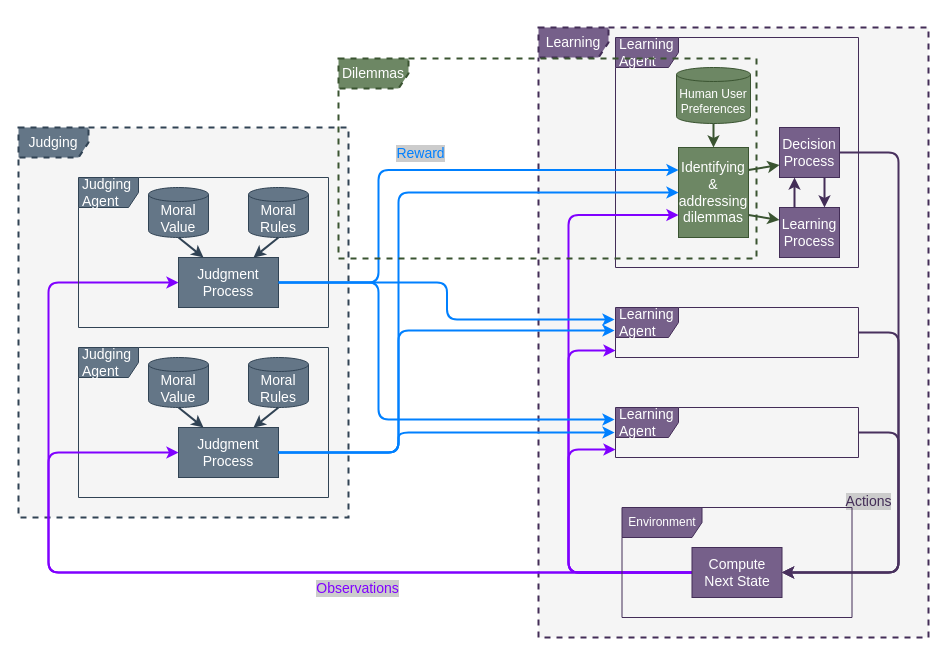
The draw.io diagram page "V2" (1 of 2) of figure/conceptual_architecture.drawio in rchaput/phdthesis, before the edit. Source tidied: cells renumbered, new cells numbered last; positions are measured from the earlier drawing's top-left corner, leaving out a move shared by most shapes. Both pictures are drawn from the tidied source at 100%, with x=0, y=0 at pixel (18, 27).
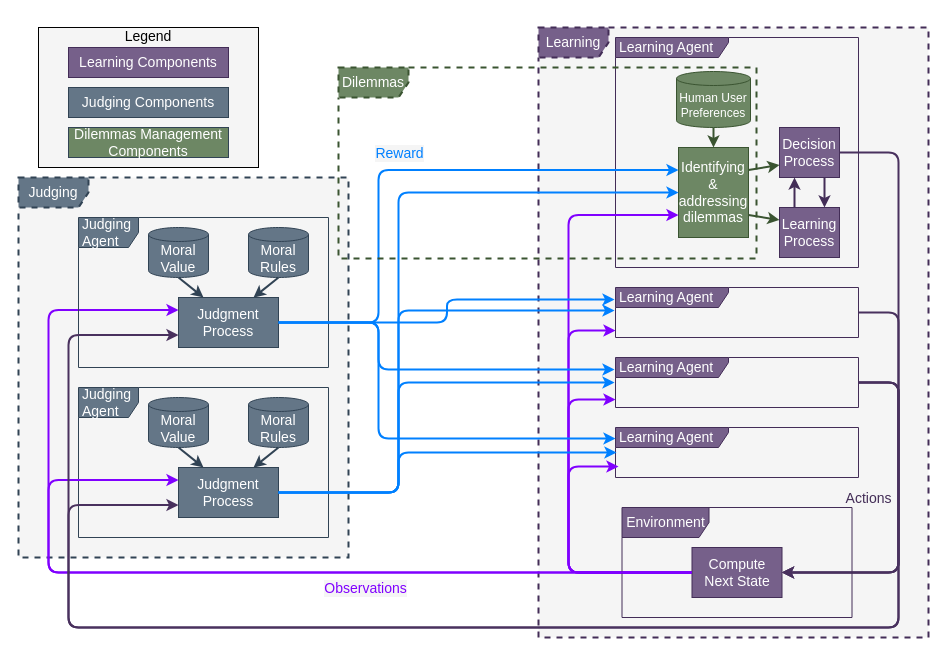
After the change.

Unchanged cells that the change refers to:
```xml
<mxCell id="4" style="group;fontSize=14;" parent="1" vertex="1">
  <mxGeometry x="597" y="10" width="243" height="230" as="geometry" />
</mxCell>
<mxCell id="6" value="Decision Process" style="rounded=0;whiteSpace=wrap;html=1;fillColor=#76608a;fontColor=#ffffff;strokeColor=#432D57;fontSize=14;" parent="4" vertex="1">
  <mxGeometry x="164" y="90" width="60" height="50" as="geometry" />
</mxCell>
<mxCell id="10" value="Identifying&lt;br&gt;&amp;amp;&lt;br&gt;addressing dilemmas" style="rounded=0;whiteSpace=wrap;html=1;fillColor=#6d8764;fontColor=#ffffff;strokeColor=#3A5431;fontSize=14;" parent="4" vertex="1">
  <mxGeometry x="63" y="110" width="70" height="90" as="geometry" />
</mxCell>
<mxCell id="25" value="Judgment&lt;br&gt;Process" style="rounded=0;whiteSpace=wrap;html=1;fontSize=14;fontColor=#ffffff;strokeWidth=1;align=center;fillColor=#647687;strokeColor=#314354;" parent="21" vertex="1">
  <mxGeometry x="100" y="80" width="100" height="50" as="geometry" />
</mxCell>
<mxCell id="32" value="Judgment&lt;br&gt;Process" style="rounded=0;whiteSpace=wrap;html=1;fontSize=14;fontColor=#ffffff;strokeWidth=1;align=center;fillColor=#647687;strokeColor=#314354;" parent="28" vertex="1">
  <mxGeometry x="100" y="80" width="100" height="50" as="geometry" />
</mxCell>
<mxCell id="47" style="group;" parent="1" vertex="1">
  <mxGeometry x="603.5" y="480" width="230" height="110" as="geometry" />
</mxCell>
<mxCell id="49" value="Compute Next State" style="rounded=0;whiteSpace=wrap;html=1;fillColor=#76608a;fontColor=#ffffff;strokeColor=#432D57;fontSize=14;" parent="47" vertex="1">
  <mxGeometry x="70" y="40" width="90" height="50" as="geometry" />
</mxCell>
```

What changed in the source:
```diff
@@
     <mxCell id="2" value="Judging" style="shape=umlFrame;whiteSpace=wrap;html=1;width=70;height=30;fillColor=#647687;fontColor=#ffffff;strokeColor=#314354;dashed=1;strokeWidth=2;fontSize=14;swimlaneFillColor=#F5F5F5;" parent="1" vertex="1">
-      <mxGeometry y="100" width="330" height="390" as="geometry" />
+      <mxGeometry y="150" width="330" height="380" as="geometry" />
     </mxCell>
@@
-    <mxCell id="5" value="Learning&lt;br style=&quot;font-size: 14px;&quot;&gt;Agent" style="shape=umlFrame;whiteSpace=wrap;html=1;width=63;height=30;fillColor=#76608a;fontColor=#ffffff;strokeColor=#432D57;strokeWidth=1;swimlaneFillColor=none;align=left;spacingLeft=2;fontSize=14;" parent="4" vertex="1">
+    <mxCell id="5" value="Learning Agent" style="shape=umlFrame;whiteSpace=wrap;html=1;width=113;height=20;fillColor=#76608a;fontColor=#ffffff;strokeColor=#432D57;strokeWidth=1;swimlaneFillColor=none;align=left;spacingLeft=2;fontSize=14;" parent="4" vertex="1">
       <mxGeometry width="243" height="230" as="geometry" />
     </mxCell>
@@
     <mxCell id="13" value="Human User Preferences" style="shape=cylinder3;whiteSpace=wrap;html=1;boundedLbl=1;backgroundOutline=1;size=7;strokeWidth=1;fillColor=#6d8764;fontColor=#ffffff;strokeColor=#3A5431;" parent="4" vertex="1">
-      <mxGeometry x="61" y="30" width="74" height="56" as="geometry" />
+      <mxGeometry x="61" y="34" width="74" height="56" as="geometry" />
     </mxCell>
@@
-    <mxCell id="15" value="Actions" style="endArrow=classic;html=1;rounded=1;fillColor=#76608a;strokeColor=#49315E;exitX=1;exitY=0.5;exitDx=0;exitDy=0;edgeStyle=orthogonalEdgeStyle;entryX=1;entryY=0.5;entryDx=0;entryDy=0;strokeWidth=2;fontSize=14;labelBackgroundColor=#CCCCCC;fontColor=#432D57;" parent="1" edge="1" source="6" target="49">
-      <mxGeometry x="0.37" y="-30" relative="1" as="geometry">
+    <mxCell id="15" value="Actions" style="endArrow=classic;html=1;rounded=1;fillColor=#76608a;strokeColor=#49315E;exitX=1;exitY=0.5;exitDx=0;exitDy=0;edgeStyle=orthogonalEdgeStyle;entryX=1;entryY=0.5;entryDx=0;entryDy=0;strokeWidth=2;fontSize=14;labelBackgroundColor=#F5F5F5;fontColor=#432D57;" parent="1" edge="1" source="6" target="49">
+      <mxGeometry x="0.36" y="-30" relative="1" as="geometry">
         <Array as="points">
           <mxPoint x="880" y="125" />
           <mxPoint x="880" y="545" />
         </Array>
       </mxGeometry>
     </mxCell>
     <mxCell id="16" style="edgeStyle=orthogonalEdgeStyle;rounded=1;jettySize=auto;html=1;exitX=1;exitY=0.5;exitDx=0;exitDy=0;entryX=0;entryY=0.25;entryDx=0;entryDy=0;labelBackgroundColor=#CCCCCC;fontSize=14;fontColor=#8000FF;strokeColor=#0080ff;strokeWidth=2;" parent="1" edge="1" source="25" target="10">
       <mxGeometry relative="1" as="geometry">
         <Array as="points">
-          <mxPoint x="360" y="255" />
+          <mxPoint x="360" y="295" />
           <mxPoint x="360" y="143" />
         </Array>
       </mxGeometry>
     </mxCell>
-    <mxCell id="17" value="Reward" style="edgeLabel;html=1;align=center;verticalAlign=middle;fontSize=14;fontColor=#0080FF;labelBackgroundColor=#CCCCCC;" parent="16" vertex="1">
+    <mxCell id="17" value="Reward" style="edgeLabel;html=1;align=center;verticalAlign=middle;fontSize=14;fontColor=#0080FF;labelBackgroundColor=#F5F5F5;" parent="16" vertex="1">
       <mxGeometry x="-0.01" y="-1" relative="1" as="geometry">
         <mxPoint y="-18" as="offset" />
       </mxGeometry>
     </mxCell>
-    <mxCell id="18" style="edgeStyle=orthogonalEdgeStyle;rounded=1;jettySize=auto;html=1;exitX=0;exitY=0.5;exitDx=0;exitDy=0;entryX=0;entryY=0.5;entryDx=0;entryDy=0;labelBackgroundColor=#CCCCCC;fontSize=14;fontColor=#432D57;strokeWidth=2;strokeColor=#8000ff;" parent="1" edge="1" source="49" target="25">
+    <mxCell id="18" style="edgeStyle=orthogonalEdgeStyle;rounded=1;jettySize=auto;html=1;exitX=0;exitY=0.5;exitDx=0;exitDy=0;entryX=0;entryY=0.25;entryDx=0;entryDy=0;labelBackgroundColor=#CCCCCC;fontSize=14;fontColor=#432D57;strokeWidth=2;strokeColor=#8000ff;" parent="1" edge="1" source="49" target="25">
       <mxGeometry relative="1" as="geometry">
         <Array as="points">
           <mxPoint x="30" y="545" />
-          <mxPoint x="30" y="255" />
+          <mxPoint x="30" y="283" />
         </Array>
       </mxGeometry>
     </mxCell>
-    <mxCell id="19" value="Observations" style="edgeLabel;html=1;align=center;verticalAlign=middle;fontSize=14;fontColor=#8000FF;labelBackgroundColor=#CCCCCC;" parent="18" vertex="1">
+    <mxCell id="19" value="Observations" style="edgeLabel;html=1;align=center;verticalAlign=middle;fontSize=14;fontColor=#8000FF;labelBackgroundColor=#F5F5F5;" parent="18" vertex="1">
       <mxGeometry x="-0.39" y="-2" relative="1" as="geometry">
         <mxPoint x="-11" y="17" as="offset" />
       </mxGeometry>
     </mxCell>
@@
     <mxCell id="21" style="group;" parent="1" vertex="1">
-      <mxGeometry x="60" y="150" width="250" height="150" as="geometry" />
+      <mxGeometry x="60" y="190" width="250" height="150" as="geometry" />
     </mxCell>
@@
     <mxCell id="28" style="group;" parent="1" vertex="1">
-      <mxGeometry x="60" y="320" width="250" height="150" as="geometry" />
+      <mxGeometry x="60" y="360" width="250" height="150" as="geometry" />
     </mxCell>
@@
-    <mxCell id="35" style="edgeStyle=orthogonalEdgeStyle;rounded=1;jettySize=auto;html=1;exitX=0;exitY=0.5;exitDx=0;exitDy=0;entryX=0;entryY=0.5;entryDx=0;entryDy=0;labelBackgroundColor=#CCCCCC;fontSize=14;fontColor=#8000FF;strokeColor=#8000FF;strokeWidth=2;" parent="1" edge="1" source="49" target="32">
+    <mxCell id="35" style="edgeStyle=orthogonalEdgeStyle;rounded=1;jettySize=auto;html=1;exitX=0;exitY=0.5;exitDx=0;exitDy=0;entryX=0;entryY=0.25;entryDx=0;entryDy=0;labelBackgroundColor=#CCCCCC;fontSize=14;fontColor=#8000FF;strokeColor=#8000FF;strokeWidth=2;" parent="1" edge="1" source="49" target="32">
       <mxGeometry relative="1" as="geometry">
         <Array as="points">
           <mxPoint x="30" y="545" />
-          <mxPoint x="30" y="425" />
+          <mxPoint x="30" y="453" />
         </Array>
       </mxGeometry>
     </mxCell>
     <mxCell id="36" style="edgeStyle=orthogonalEdgeStyle;rounded=1;jettySize=auto;html=1;exitX=1;exitY=0.5;exitDx=0;exitDy=0;entryX=0;entryY=0.5;entryDx=0;entryDy=0;labelBackgroundColor=#CCCCCC;fontSize=14;fontColor=#8000FF;strokeColor=#0080FF;strokeWidth=2;" parent="1" edge="1" source="32" target="10">
       <mxGeometry relative="1" as="geometry">
         <Array as="points">
-          <mxPoint x="380" y="425" />
+          <mxPoint x="380" y="465" />
           <mxPoint x="380" y="165" />
         </Array>
       </mxGeometry>
     </mxCell>
     <mxCell id="37" style="group;fontSize=14;" parent="1" vertex="1">
-      <mxGeometry x="597" y="280" width="243" height="50" as="geometry" />
+      <mxGeometry x="597" y="260" width="243" height="50" as="geometry" />
     </mxCell>
-    <mxCell id="38" value="Learning&lt;br style=&quot;font-size: 14px;&quot;&gt;Agent" style="shape=umlFrame;whiteSpace=wrap;html=1;width=63;height=30;fillColor=#76608a;fontColor=#ffffff;strokeColor=#432D57;strokeWidth=1;swimlaneFillColor=none;align=left;spacingLeft=2;fontSize=14;" parent="37" vertex="1">
+    <mxCell id="38" value="Learning Agent" style="shape=umlFrame;whiteSpace=wrap;html=1;width=113;height=20;fillColor=#76608a;fontColor=#ffffff;strokeColor=#432D57;strokeWidth=1;swimlaneFillColor=none;align=left;spacingLeft=2;fontSize=14;" parent="37" vertex="1">
       <mxGeometry width="243" height="50" as="geometry" />
     </mxCell>
     <mxCell id="39" style="group;fontSize=14;" parent="1" vertex="1">
-      <mxGeometry x="597" y="380" width="243" height="50" as="geometry" />
+      <mxGeometry x="597" y="330" width="243" height="50" as="geometry" />
     </mxCell>
-    <mxCell id="40" value="Learning&lt;br style=&quot;font-size: 14px;&quot;&gt;Agent" style="shape=umlFrame;whiteSpace=wrap;html=1;width=63;height=30;fillColor=#76608a;fontColor=#ffffff;strokeColor=#432D57;strokeWidth=1;swimlaneFillColor=none;align=left;spacingLeft=2;fontSize=14;" parent="39" vertex="1">
+    <mxCell id="40" value="Learning Agent" style="shape=umlFrame;whiteSpace=wrap;html=1;width=113;height=20;fillColor=#76608a;fontColor=#ffffff;strokeColor=#432D57;strokeWidth=1;swimlaneFillColor=none;align=left;spacingLeft=2;fontSize=14;" parent="39" vertex="1">
       <mxGeometry width="243" height="50" as="geometry" />
     </mxCell>
     <mxCell id="41" style="edgeStyle=orthogonalEdgeStyle;rounded=1;jettySize=auto;html=1;entryX=1;entryY=0.5;entryDx=0;entryDy=0;strokeColor=#49315E;strokeWidth=2;" parent="1" edge="1" source="38" target="49">
       <mxGeometry relative="1" as="geometry">
         <Array as="points">
-          <mxPoint x="880" y="305" />
+          <mxPoint x="880" y="285" />
           <mxPoint x="880" y="545" />
         </Array>
       </mxGeometry>
     </mxCell>
     <mxCell id="42" style="edgeStyle=orthogonalEdgeStyle;rounded=1;jettySize=auto;html=1;entryX=1;entryY=0.5;entryDx=0;entryDy=0;strokeColor=#49315E;strokeWidth=2;" parent="1" edge="1" source="40" target="49">
       <mxGeometry relative="1" as="geometry">
         <Array as="points">
-          <mxPoint x="880" y="405" />
+          <mxPoint x="880" y="355" />
           <mxPoint x="880" y="545" />
         </Array>
       </mxGeometry>
     </mxCell>
     <mxCell id="43" style="edgeStyle=orthogonalEdgeStyle;rounded=1;jettySize=auto;html=1;entryX=0;entryY=0.84;entryDx=0;entryDy=0;entryPerimeter=0;strokeColor=#8000FF;strokeWidth=2;" parent="1" edge="1" source="49" target="40">
       <mxGeometry relative="1" as="geometry">
         <Array as="points">
           <mxPoint x="550" y="545" />
-          <mxPoint x="550" y="422" />
+          <mxPoint x="550" y="372" />
         </Array>
       </mxGeometry>
     </mxCell>
     <mxCell id="44" style="edgeStyle=orthogonalEdgeStyle;rounded=1;jettySize=auto;html=1;entryX=0;entryY=0.86;entryDx=0;entryDy=0;entryPerimeter=0;strokeColor=#8000FF;strokeWidth=2;" parent="1" edge="1" source="49" target="38">
       <mxGeometry relative="1" as="geometry">
         <Array as="points">
           <mxPoint x="550" y="545" />
-          <mxPoint x="550" y="323" />
+          <mxPoint x="550" y="303" />
         </Array>
       </mxGeometry>
     </mxCell>
@@
     <mxCell id="46" style="edgeStyle=orthogonalEdgeStyle;rounded=1;jettySize=auto;html=1;strokeColor=#0080FF;strokeWidth=2;entryX=-0.004;entryY=0.46;entryDx=0;entryDy=0;entryPerimeter=0;" parent="1" edge="1" source="32" target="38">
       <mxGeometry relative="1" as="geometry">
         <Array as="points">
-          <mxPoint x="380" y="425" />
-          <mxPoint x="380" y="303" />
+          <mxPoint x="380" y="465" />
+          <mxPoint x="380" y="283" />
         </Array>
       </mxGeometry>
     </mxCell>
@@
-    <mxCell id="48" value="Environment" style="shape=umlFrame;whiteSpace=wrap;html=1;width=80;height=30;fillColor=#76608a;fontColor=#ffffff;strokeColor=#432D57;strokeWidth=1;swimlaneFillColor=none;" parent="47" vertex="1">
+    <mxCell id="48" value="Environment" style="shape=umlFrame;whiteSpace=wrap;html=1;width=87;height=30;fillColor=#76608a;fontColor=#ffffff;strokeColor=#432D57;strokeWidth=1;swimlaneFillColor=none;fontSize=14;" parent="47" vertex="1">
       <mxGeometry width="230" height="110" as="geometry" />
     </mxCell>
@@
     <mxCell id="50" style="edgeStyle=orthogonalEdgeStyle;rounded=1;jettySize=auto;html=1;entryX=-0.004;entryY=0.5;entryDx=0;entryDy=0;entryPerimeter=0;strokeColor=#0080FF;strokeWidth=2;" parent="1" edge="1" source="32" target="40">
       <mxGeometry relative="1" as="geometry">
         <Array as="points">
-          <mxPoint x="380" y="425" />
-          <mxPoint x="380" y="405" />
+          <mxPoint x="380" y="465" />
+          <mxPoint x="380" y="355" />
         </Array>
       </mxGeometry>
     </mxCell>
     <mxCell id="51" style="edgeStyle=orthogonalEdgeStyle;rounded=1;jettySize=auto;html=1;entryX=-0.004;entryY=0.24;entryDx=0;entryDy=0;entryPerimeter=0;strokeColor=#0080FF;strokeWidth=2;" parent="1" edge="1" source="25" target="40">
       <mxGeometry relative="1" as="geometry">
         <Array as="points">
-          <mxPoint x="360" y="255" />
-          <mxPoint x="360" y="392" />
+          <mxPoint x="360" y="295" />
+          <mxPoint x="360" y="342" />
         </Array>
       </mxGeometry>
     </mxCell>
+    <mxCell id="53" style="edgeStyle=orthogonalEdgeStyle;rounded=1;jettySize=auto;html=1;strokeWidth=2;strokeColor=#49315E;entryX=0;entryY=0.75;entryDx=0;entryDy=0;" parent="1" edge="1" source="40" target="32">
+      <mxGeometry relative="1" as="geometry">
+        <Array as="points">
+          <mxPoint x="880" y="355" />
+          <mxPoint x="880" y="600" />
+          <mxPoint x="50" y="600" />
+          <mxPoint x="50" y="478" />
+        </Array>
+      </mxGeometry>
+    </mxCell>
+    <mxCell id="54" style="edgeStyle=orthogonalEdgeStyle;rounded=1;jettySize=auto;html=1;entryX=0;entryY=0.75;entryDx=0;entryDy=0;strokeColor=#49315E;strokeWidth=2;" parent="1" edge="1" source="40" target="25">
+      <mxGeometry relative="1" as="geometry">
+        <Array as="points">
+          <mxPoint x="880" y="355" />
+          <mxPoint x="880" y="600" />
+          <mxPoint x="50" y="600" />
+          <mxPoint x="50" y="308" />
+        </Array>
+      </mxGeometry>
+    </mxCell>
+    <mxCell id="55" style="group;fontSize=14;" parent="1" vertex="1">
+      <mxGeometry x="597" y="400" width="243" height="50" as="geometry" />
+    </mxCell>
+    <mxCell id="56" value="Learning Agent" style="shape=umlFrame;whiteSpace=wrap;html=1;width=113;height=20;fillColor=#76608a;fontColor=#ffffff;strokeColor=#432D57;strokeWidth=1;swimlaneFillColor=none;align=left;spacingLeft=2;fontSize=14;" parent="55" vertex="1">
+      <mxGeometry width="243" height="50" as="geometry" />
+    </mxCell>
+    <mxCell id="57" style="edgeStyle=orthogonalEdgeStyle;rounded=1;jettySize=auto;html=1;strokeWidth=2;entryX=0;entryY=0.22;entryDx=0;entryDy=0;entryPerimeter=0;strokeColor=#0080FF;" parent="1" edge="1" source="25" target="56">
+      <mxGeometry relative="1" as="geometry">
+        <Array as="points">
+          <mxPoint x="360" y="295" />
+          <mxPoint x="360" y="411" />
+        </Array>
+      </mxGeometry>
+    </mxCell>
+    <mxCell id="58" style="edgeStyle=orthogonalEdgeStyle;rounded=1;jettySize=auto;html=1;entryX=0.004;entryY=0.5;entryDx=0;entryDy=0;entryPerimeter=0;strokeColor=#0080FF;strokeWidth=2;" parent="1" edge="1" source="32" target="56">
+      <mxGeometry relative="1" as="geometry">
+        <Array as="points">
+          <mxPoint x="380" y="465" />
+          <mxPoint x="380" y="425" />
+        </Array>
+      </mxGeometry>
+    </mxCell>
+    <mxCell id="59" style="edgeStyle=orthogonalEdgeStyle;rounded=1;jettySize=auto;html=1;strokeColor=#8000FF;strokeWidth=2;" parent="1" edge="1" source="49">
+      <mxGeometry relative="1" as="geometry">
+        <mxPoint x="600" y="439" as="targetPoint" />
+        <Array as="points">
+          <mxPoint x="550" y="545" />
+          <mxPoint x="550" y="439" />
+        </Array>
+      </mxGeometry>
+    </mxCell>
+    <mxCell id="60" style="rounded=0;whiteSpace=wrap;html=1;fillColor=#F5F5F5;" parent="1" vertex="1">
+      <mxGeometry x="20" width="220" height="140" as="geometry" />
+    </mxCell>
+    <mxCell id="61" value="Legend" style="text;html=1;strokeColor=none;fillColor=none;align=center;verticalAlign=middle;whiteSpace=wrap;rounded=0;fontSize=14;spacingTop=8;" parent="1" vertex="1">
+      <mxGeometry x="100" y="-10" width="60" height="30" as="geometry" />
+    </mxCell>
+    <mxCell id="62" value="Judging Components" style="rounded=0;whiteSpace=wrap;html=1;fontSize=14;fontColor=#ffffff;strokeWidth=1;align=center;fillColor=#647687;strokeColor=#314354;" parent="1" vertex="1">
+      <mxGeometry x="50" y="60" width="160" height="30" as="geometry" />
+    </mxCell>
+    <mxCell id="63" value="Dilemmas Management Components" style="rounded=0;whiteSpace=wrap;html=1;fontSize=14;fontColor=#ffffff;strokeWidth=1;align=center;fillColor=#6D8764;strokeColor=#314354;" parent="1" vertex="1">
+      <mxGeometry x="50" y="100" width="160" height="30" as="geometry" />
+    </mxCell>
+    <mxCell id="64" value="Learning Components" style="rounded=0;whiteSpace=wrap;html=1;fillColor=#76608a;fontColor=#ffffff;strokeColor=#432D57;fontSize=14;" parent="1" vertex="1">
+      <mxGeometry x="50" y="20" width="160" height="30" as="geometry" />
+    </mxCell>
     <mxCell id="52" value="Dilemmas" style="shape=umlFrame;whiteSpace=wrap;html=1;labelBackgroundColor=none;fontSize=14;fontColor=#ffffff;strokeWidth=2;align=center;fillColor=#6d8764;strokeColor=#3A5431;width=70;height=30;dashed=1;swimlaneFillColor=none;" parent="1" vertex="1">
-      <mxGeometry x="320" y="31" width="418" height="200" as="geometry" />
+      <mxGeometry x="320" y="40" width="418" height="191" as="geometry" />
     </mxCell>
```
